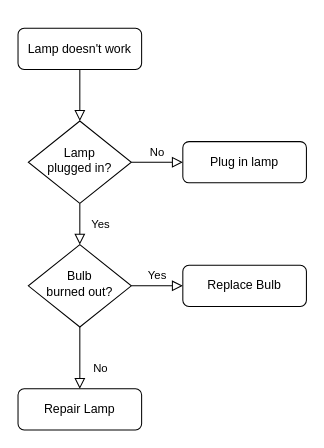
bachdev/diagram keeps this draw.io diagram as Bank In.drawio. Above is the earlier version. Source tidied: cells renumbered, new cells numbered last; positions are measured from the earlier drawing's top-left corner, leaving out a move shared by most shapes. Both pictures are drawn from the tidied source at 103%, with x=0, y=0 at pixel (18, 28).
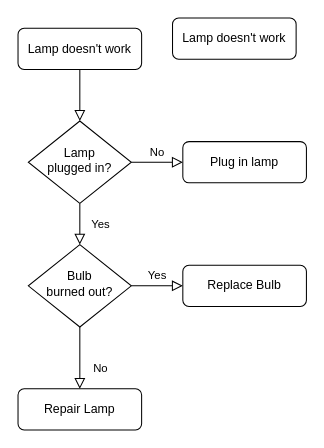
The same diagram, later.

Diff of the diagram source:
```diff
@@
 <mxGraphModel>
   <root>
     <mxCell id="0" />
     <mxCell id="1" parent="0" />
     <mxCell id="2" style="rounded=0;html=1;jettySize=auto;fontSize=11;endArrow=block;endFill=0;endSize=8;strokeWidth=1;shadow=0;labelBackgroundColor=none;edgeStyle=orthogonalEdgeStyle;" parent="1" edge="1" source="3" target="6">
       <mxGeometry relative="1" as="geometry" />
     </mxCell>
     <mxCell id="3" value="Lamp doesn't work" style="rounded=1;whiteSpace=wrap;html=1;fontSize=12;glass=0;strokeWidth=1;shadow=0;" parent="1" vertex="1">
       <mxGeometry width="120" height="40" as="geometry" />
     </mxCell>
     <mxCell id="4" value="Yes" style="rounded=0;html=1;jettySize=auto;fontSize=11;endArrow=block;endFill=0;endSize=8;strokeWidth=1;shadow=0;labelBackgroundColor=none;edgeStyle=orthogonalEdgeStyle;" parent="1" edge="1" source="6" target="10">
       <mxGeometry y="20" relative="1" as="geometry" />
     </mxCell>
     <mxCell id="5" value="No" style="edgeStyle=orthogonalEdgeStyle;rounded=0;html=1;jettySize=auto;fontSize=11;endArrow=block;endFill=0;endSize=8;strokeWidth=1;shadow=0;labelBackgroundColor=none;" parent="1" edge="1" source="6" target="7">
       <mxGeometry y="10" relative="1" as="geometry" />
     </mxCell>
     <mxCell id="6" value="Lamp&lt;br&gt;plugged in?" style="rhombus;whiteSpace=wrap;html=1;shadow=0;fontFamily=Helvetica;fontSize=12;align=center;strokeWidth=1;spacing=6;spacingTop=-4;" parent="1" vertex="1">
       <mxGeometry x="10" y="90" width="100" height="80" as="geometry" />
     </mxCell>
     <mxCell id="7" value="Plug in lamp" style="rounded=1;whiteSpace=wrap;html=1;fontSize=12;glass=0;strokeWidth=1;shadow=0;" parent="1" vertex="1">
       <mxGeometry x="160" y="110" width="120" height="40" as="geometry" />
     </mxCell>
     <mxCell id="8" value="No" style="rounded=0;html=1;jettySize=auto;fontSize=11;endArrow=block;endFill=0;endSize=8;strokeWidth=1;shadow=0;labelBackgroundColor=none;edgeStyle=orthogonalEdgeStyle;" parent="1" edge="1" source="10" target="11">
       <mxGeometry x="0.33" y="20" relative="1" as="geometry" />
     </mxCell>
     <mxCell id="9" value="Yes" style="edgeStyle=orthogonalEdgeStyle;rounded=0;html=1;jettySize=auto;fontSize=11;endArrow=block;endFill=0;endSize=8;strokeWidth=1;shadow=0;labelBackgroundColor=none;" parent="1" edge="1" source="10" target="12">
       <mxGeometry y="10" relative="1" as="geometry" />
     </mxCell>
     <mxCell id="10" value="Bulb&lt;br&gt;burned out?" style="rhombus;whiteSpace=wrap;html=1;shadow=0;fontFamily=Helvetica;fontSize=12;align=center;strokeWidth=1;spacing=6;spacingTop=-4;" parent="1" vertex="1">
       <mxGeometry x="10" y="210" width="100" height="80" as="geometry" />
     </mxCell>
     <mxCell id="11" value="Repair Lamp" style="rounded=1;whiteSpace=wrap;html=1;fontSize=12;glass=0;strokeWidth=1;shadow=0;" parent="1" vertex="1">
       <mxGeometry y="350" width="120" height="40" as="geometry" />
     </mxCell>
     <mxCell id="12" value="Replace Bulb" style="rounded=1;whiteSpace=wrap;html=1;fontSize=12;glass=0;strokeWidth=1;shadow=0;" parent="1" vertex="1">
       <mxGeometry x="160" y="230" width="120" height="40" as="geometry" />
     </mxCell>
+    <mxCell id="13" value="Lamp doesn't work" style="rounded=1;whiteSpace=wrap;html=1;fontSize=12;glass=0;strokeWidth=1;shadow=0;" parent="1" vertex="1">
+      <mxGeometry x="150" y="-10" width="120" height="40" as="geometry" />
+    </mxCell>
   </root>
 </mxGraphModel>
```
